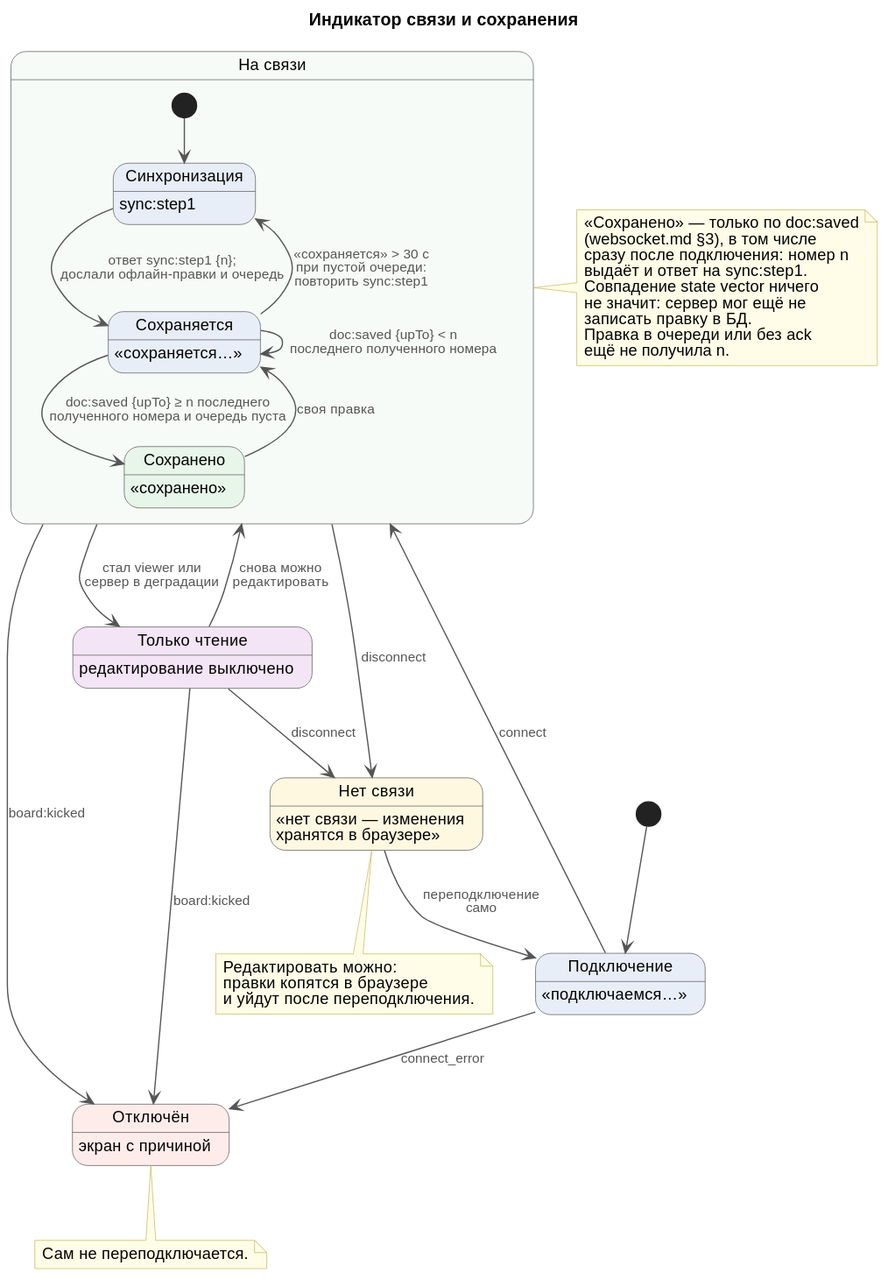
Earlier version of the PlantUML export docs/system-design/frontend/save-status.svg (fanera-team/fanera).
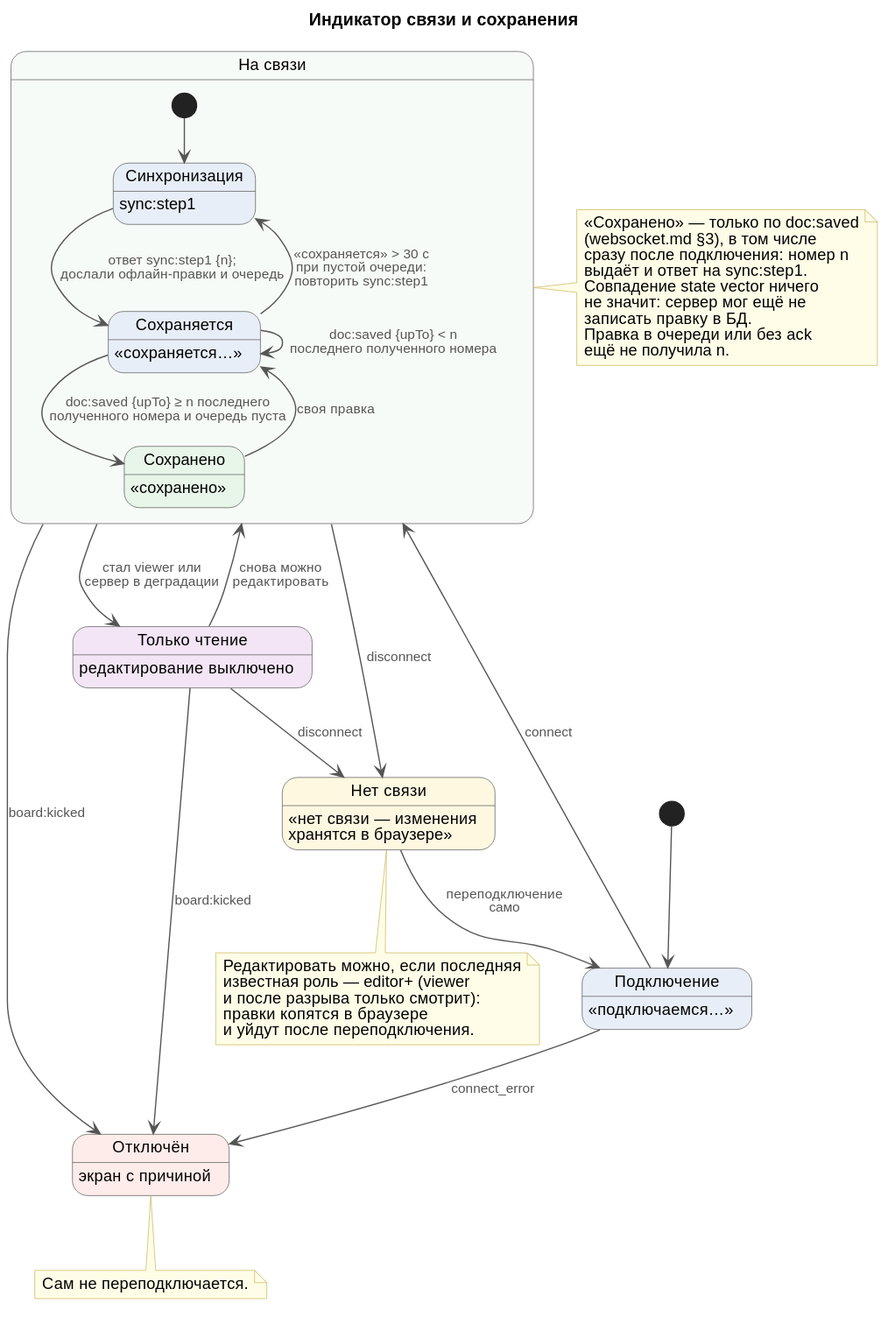
Above is the later version.

Diff of the diagram source:
```diff
@@ -58,7 +58,9 @@
 ReadOnly --> Closed : board:kicked
 
 note bottom of Offline
-  Редактировать можно:
+  Редактировать можно, если последняя
+  известная роль — editor+ (viewer
+  и после разрыва только смотрит):
   правки копятся в браузере
   и уйдут после переподключения.
 end note
```
